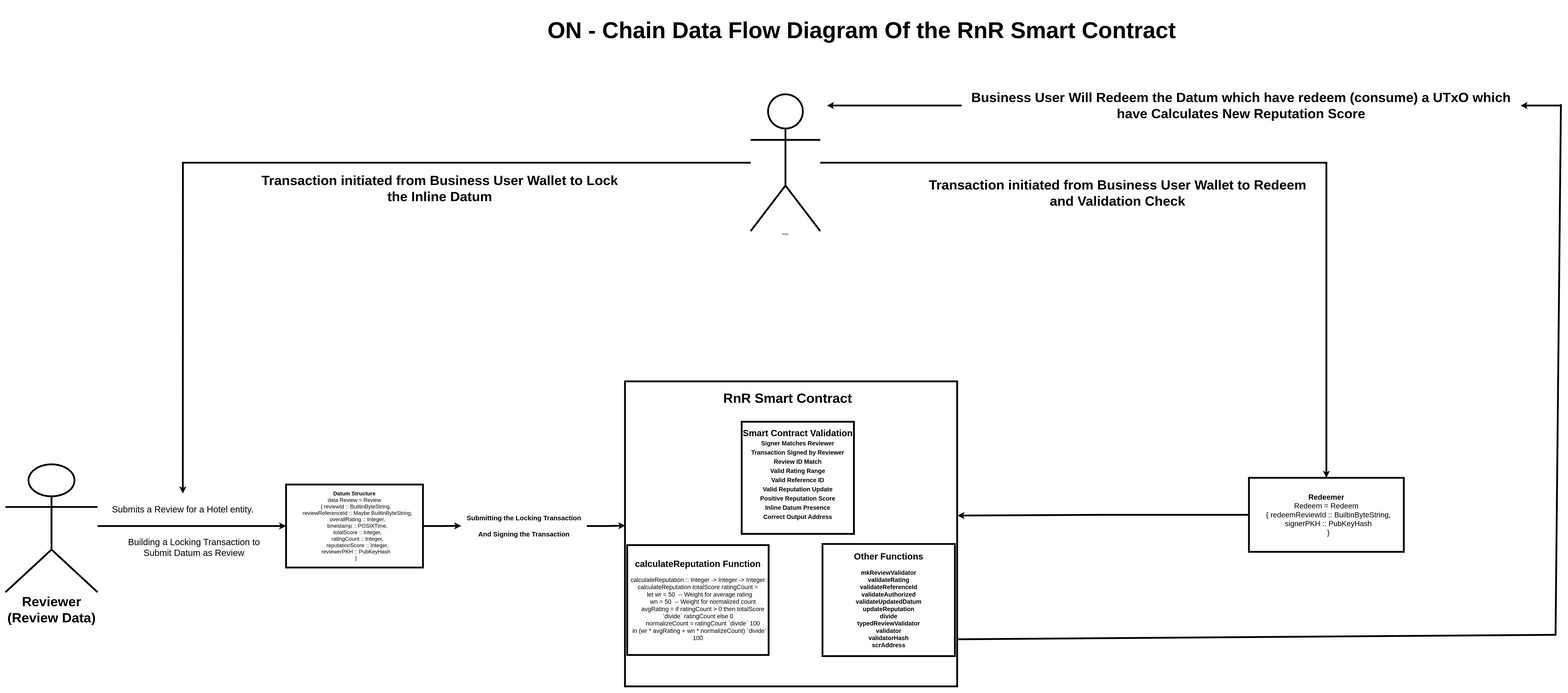
This is DesignDocs/Smart_contract_On-chain_DFD.png from AIQUANT-Tech/CardanoRnR, a draw.io export, as it was before one commit. Source tidied: cells renumbered, new cells last; positions are measured from the earlier drawing's top-left corner, leaving out a move shared by most shapes.
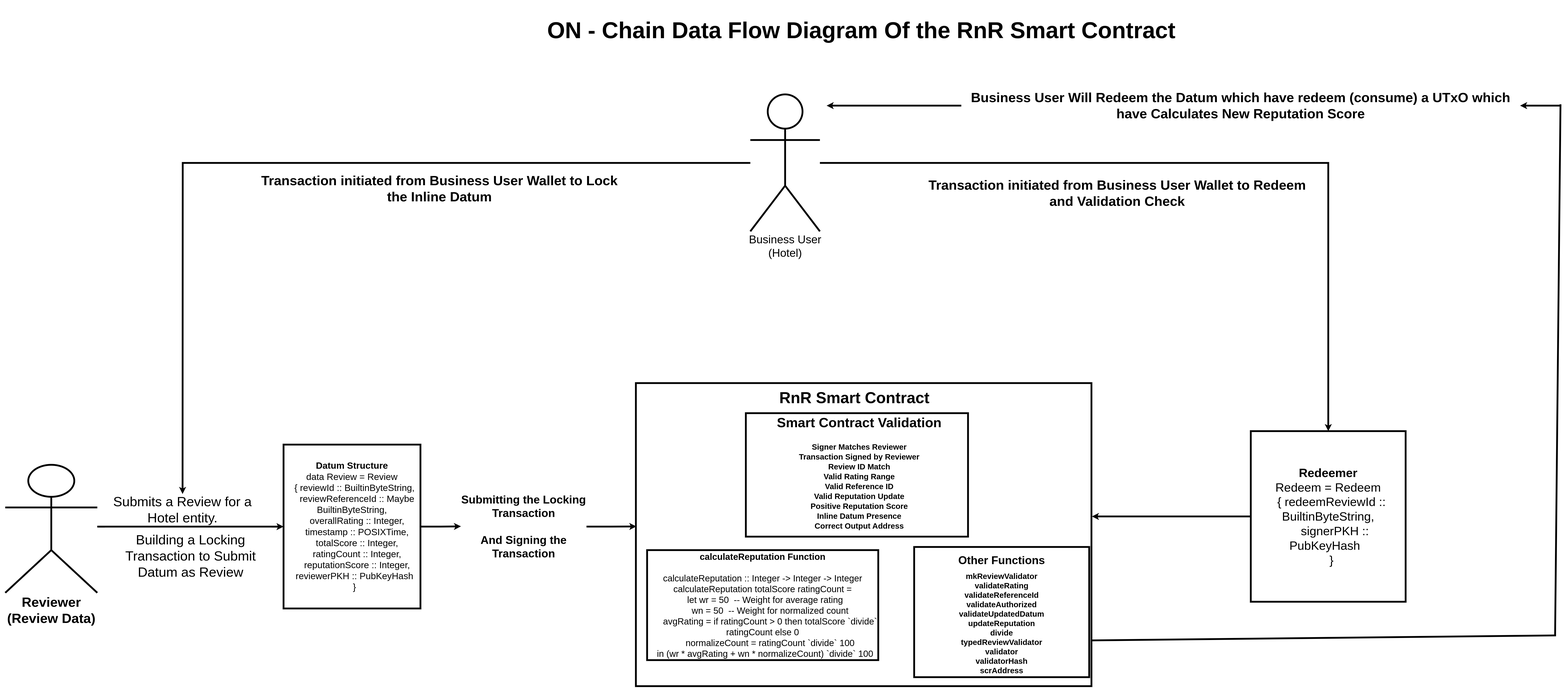
The same file after the commit.

Diff of the diagram source:
```diff
@@ -13,52 +13,52 @@
     <mxCell id="3" value="&lt;b&gt;&lt;font style=&quot;&quot;&gt;&lt;font style=&quot;font-size: 60px;&quot;&gt;Reviewer&lt;br&gt;(Review Data)&lt;br&gt;&lt;/font&gt;&lt;br&gt;&lt;/font&gt;&lt;/b&gt;" style="shape=umlActor;verticalLabelPosition=bottom;verticalAlign=top;html=1;outlineConnect=0;strokeWidth=8;" parent="1" vertex="1">
       <mxGeometry y="2050" width="410" height="570" as="geometry" />
     </mxCell>
-    <mxCell id="4" value="&lt;font style=&quot;font-size: 24px;&quot;&gt;&lt;b style=&quot;&quot;&gt;&lt;font style=&quot;&quot;&gt;Datum Structure&lt;/font&gt;&lt;/b&gt;&lt;br&gt;&lt;font style=&quot;&quot;&gt;data Review = Review&lt;br&gt;&amp;nbsp; { reviewId :: BuiltinByteString,&lt;br&gt;&amp;nbsp; &amp;nbsp; reviewReferenceId :: Maybe BuiltinByteString,&lt;br&gt;&amp;nbsp; &amp;nbsp; overallRating :: Integer,&lt;br&gt;&amp;nbsp; &amp;nbsp; timestamp :: POSIXTime,&lt;br&gt;&amp;nbsp; &amp;nbsp; totalScore :: Integer,&lt;br&gt;&amp;nbsp; &amp;nbsp; ratingCount :: Integer,&lt;br&gt;&amp;nbsp; &amp;nbsp; reputationScore :: Integer,&lt;br&gt;&amp;nbsp; &amp;nbsp; reviewerPKH :: PubKeyHash&amp;nbsp;&amp;nbsp;&lt;br&gt;&lt;/font&gt;&amp;nbsp; }&lt;/font&gt;" style="rounded=0;whiteSpace=wrap;html=1;strokeWidth=8;" parent="1" vertex="1">
-      <mxGeometry x="1250" y="2140" width="610" height="370" as="geometry" />
+    <mxCell id="4" value="&lt;font style=&quot;font-size: 41px;&quot;&gt;&lt;b style=&quot;&quot;&gt;&lt;font style=&quot;&quot;&gt;Datum Structure&lt;/font&gt;&lt;/b&gt;&lt;br&gt;&lt;font style=&quot;&quot;&gt;data Review = Review&lt;br&gt;&amp;nbsp; { reviewId :: BuiltinByteString,&lt;br&gt;&amp;nbsp; &amp;nbsp; reviewReferenceId :: Maybe BuiltinByteString,&lt;br&gt;&amp;nbsp; &amp;nbsp; overallRating :: Integer,&lt;br&gt;&amp;nbsp; &amp;nbsp; timestamp :: POSIXTime,&lt;br&gt;&amp;nbsp; &amp;nbsp; totalScore :: Integer,&lt;br&gt;&amp;nbsp; &amp;nbsp; ratingCount :: Integer,&lt;br&gt;&amp;nbsp; &amp;nbsp; reputationScore :: Integer,&lt;br&gt;&amp;nbsp; &amp;nbsp; reviewerPKH :: PubKeyHash&amp;nbsp;&amp;nbsp;&lt;br&gt;&lt;/font&gt;&amp;nbsp; }&lt;/font&gt;" style="rounded=0;whiteSpace=wrap;html=1;strokeWidth=8;" parent="1" vertex="1">
+      <mxGeometry x="1240" y="1960" width="610" height="730" as="geometry" />
     </mxCell>
-    <mxCell id="5" value="&lt;font&gt;Submits a Review for a Hotel entity.&lt;/font&gt;" style="text;html=1;align=center;verticalAlign=middle;whiteSpace=wrap;rounded=0;strokeWidth=8;fontSize=40;" parent="1" vertex="1">
+    <mxCell id="5" value="&lt;font style=&quot;font-size: 60px;&quot;&gt;Submits a Review for a Hotel entity.&lt;/font&gt;" style="text;html=1;align=center;verticalAlign=middle;whiteSpace=wrap;rounded=0;strokeWidth=8;fontSize=40;" parent="1" vertex="1">
       <mxGeometry x="465" y="2235" width="650" height="30" as="geometry" />
     </mxCell>
-    <mxCell id="6" value="&lt;font&gt;Building a Locking Transaction to Submit Datum as Review&lt;/font&gt;" style="text;html=1;align=center;verticalAlign=middle;whiteSpace=wrap;rounded=0;strokeWidth=8;fontSize=40;" parent="1" vertex="1">
-      <mxGeometry x="505" y="2405" width="670" height="30" as="geometry" />
+    <mxCell id="6" value="&lt;font style=&quot;font-size: 60px;&quot;&gt;Building a Locking Transaction to Submit Datum as Review&lt;/font&gt;" style="text;html=1;align=center;verticalAlign=middle;whiteSpace=wrap;rounded=0;strokeWidth=8;fontSize=40;" parent="1" vertex="1">
+      <mxGeometry x="491" y="2441" width="670" height="30" as="geometry" />
     </mxCell>
-    <mxCell id="7" value="&lt;font style=&quot;font-size: 33px;&quot;&gt;&lt;b style=&quot;&quot;&gt;&lt;font style=&quot;&quot;&gt;Redeemer&lt;/font&gt;&lt;/b&gt;&lt;br&gt;&lt;/font&gt;&lt;div&gt;&lt;font style=&quot;font-size: 33px;&quot;&gt;Redeem = Redeem&lt;/font&gt;&lt;/div&gt;&lt;div&gt;&lt;font style=&quot;font-size: 33px;&quot;&gt;&amp;nbsp; { redeemReviewId :: BuiltinByteString,&lt;/font&gt;&lt;/div&gt;&lt;div&gt;&lt;font style=&quot;font-size: 33px;&quot;&gt;&amp;nbsp; &amp;nbsp; signerPKH :: PubKeyHash&amp;nbsp;&amp;nbsp;&lt;/font&gt;&lt;/div&gt;&lt;div&gt;&lt;font style=&quot;font-size: 33px;&quot;&gt;&amp;nbsp; }&lt;/font&gt;&lt;/div&gt;" style="rounded=0;whiteSpace=wrap;html=1;strokeWidth=8;" parent="1" vertex="1">
-      <mxGeometry x="5540" y="2110" width="690" height="330" as="geometry" />
+    <mxCell id="7" value="&lt;font style=&quot;font-size: 54px;&quot;&gt;&lt;b style=&quot;&quot;&gt;&lt;font style=&quot;&quot;&gt;Redeemer&lt;/font&gt;&lt;/b&gt;&lt;br&gt;&lt;/font&gt;&lt;div&gt;&lt;font style=&quot;font-size: 54px;&quot;&gt;Redeem = Redeem&lt;/font&gt;&lt;/div&gt;&lt;div&gt;&lt;font style=&quot;font-size: 54px;&quot;&gt;&amp;nbsp; { redeemReviewId :: BuiltinByteString,&lt;/font&gt;&lt;/div&gt;&lt;div&gt;&lt;font style=&quot;font-size: 54px;&quot;&gt;&amp;nbsp; &amp;nbsp; signerPKH :: PubKeyHash&amp;nbsp;&amp;nbsp;&lt;/font&gt;&lt;/div&gt;&lt;div&gt;&lt;font style=&quot;font-size: 54px;&quot;&gt;&amp;nbsp; }&lt;/font&gt;&lt;/div&gt;" style="rounded=0;whiteSpace=wrap;html=1;strokeWidth=8;" parent="1" vertex="1">
+      <mxGeometry x="5550" y="1900" width="690" height="760" as="geometry" />
     </mxCell>
     <mxCell id="8" value="&lt;b&gt;&lt;font style=&quot;font-size: 60px;&quot;&gt;Transaction initiated from Business User Wallet to Lock the Inline Datum&lt;/font&gt;&lt;/b&gt;" style="text;html=1;align=center;verticalAlign=middle;whiteSpace=wrap;rounded=0;strokeWidth=8;" parent="1" vertex="1">
       <mxGeometry x="1090" y="730" width="1690" height="180" as="geometry" />
     </mxCell>
     <mxCell id="9" style="group;strokeWidth=8;" parent="1" vertex="1">
-      <mxGeometry x="2760" y="1850" width="1480" height="1200" as="geometry" />
+      <mxGeometry x="2810" y="1846" width="2030" height="1200" as="geometry" />
     </mxCell>
     <mxCell id="10" style="rounded=0;whiteSpace=wrap;html=1;strokeWidth=8;" parent="9" vertex="1">
-      <mxGeometry y="-170" width="1480" height="1360" as="geometry" />
+      <mxGeometry y="-160" width="2030" height="1350" as="geometry" />
     </mxCell>
-    <mxCell id="11" style="group;strokeWidth=8;" parent="9" vertex="1">
-      <mxGeometry x="520" y="10" width="500" height="500" as="geometry" />
-    </mxCell>
-    <mxCell id="12" style="whiteSpace=wrap;html=1;strokeWidth=8;" parent="11" vertex="1">
-      <mxGeometry width="500" height="500" as="geometry" />
-    </mxCell>
-    <mxCell id="13" value="&lt;div style=&quot;line-height: 300%;&quot;&gt;&lt;b&gt;&lt;font style=&quot;line-height: 300%;&quot;&gt;&lt;span style=&quot;font-size: 40px;&quot;&gt;Smart Contract Validation&lt;br&gt;&lt;/span&gt;&lt;/font&gt;&lt;/b&gt;&lt;font style=&quot;font-size: 27px;&quot;&gt;&lt;strong style=&quot;background-color: transparent; color: light-dark(rgb(0, 0, 0), rgb(255, 255, 255));&quot;&gt;Signer Matches Reviewer&lt;br&gt;&lt;/strong&gt;&lt;strong style=&quot;background-color: transparent; color: light-dark(rgb(0, 0, 0), rgb(255, 255, 255));&quot;&gt;Transaction Signed by Reviewer&lt;br&gt;&lt;/strong&gt;&lt;strong style=&quot;background-color: transparent; color: light-dark(rgb(0, 0, 0), rgb(255, 255, 255));&quot;&gt;Review ID Match&lt;br&gt;&lt;/strong&gt;&lt;strong style=&quot;background-color: transparent; color: light-dark(rgb(0, 0, 0), rgb(255, 255, 255));&quot;&gt;Valid Rating Range&lt;br&gt;&lt;/strong&gt;&lt;strong style=&quot;background-color: transparent; color: light-dark(rgb(0, 0, 0), rgb(255, 255, 255));&quot;&gt;Valid Reference ID&lt;br&gt;&lt;/strong&gt;&lt;strong style=&quot;background-color: transparent; color: light-dark(rgb(0, 0, 0), rgb(255, 255, 255));&quot;&gt;Valid Reputation Update&lt;br&gt;&lt;/strong&gt;&lt;strong style=&quot;background-color: transparent; color: light-dark(rgb(0, 0, 0), rgb(255, 255, 255));&quot;&gt;Positive Reputation Score&lt;br&gt;&lt;/strong&gt;&lt;strong style=&quot;background-color: transparent; color: light-dark(rgb(0, 0, 0), rgb(255, 255, 255));&quot;&gt;Inline Datum Presence&lt;br&gt;&lt;/strong&gt;&lt;strong style=&quot;background-color: transparent; color: light-dark(rgb(0, 0, 0), rgb(255, 255, 255));&quot;&gt;Correct Output Address&lt;/strong&gt;&lt;/font&gt;&lt;/div&gt;" style="text;html=1;align=center;verticalAlign=middle;whiteSpace=wrap;rounded=0;strokeWidth=8;" parent="11" vertex="1">
-      <mxGeometry y="10" width="500" height="460" as="geometry" />
-    </mxCell>
-    <mxCell id="14" value="&lt;font style=&quot;&quot;&gt;&lt;b style=&quot;&quot;&gt;&lt;font style=&quot;font-size: 40px;&quot;&gt;calculateReputation Function&lt;/font&gt;&lt;/b&gt;&lt;font style=&quot;font-size: 27px;&quot;&gt;&lt;br&gt;&lt;br&gt;&lt;/font&gt;&lt;/font&gt;&lt;div&gt;&lt;font style=&quot;font-size: 27px;&quot;&gt;calculateReputation :: Integer -&amp;gt; Integer -&amp;gt; Integer&lt;/font&gt;&lt;/div&gt;&lt;div&gt;&lt;font style=&quot;font-size: 27px;&quot;&gt;calculateReputation totalScore ratingCount =&lt;/font&gt;&lt;/div&gt;&lt;div&gt;&lt;font style=&quot;font-size: 27px;&quot;&gt;&amp;nbsp; let wr = 50&amp;nbsp; -- Weight for average rating&lt;/font&gt;&lt;/div&gt;&lt;div&gt;&lt;font style=&quot;font-size: 27px;&quot;&gt;&amp;nbsp; &amp;nbsp; &amp;nbsp; wn = 50&amp;nbsp; -- Weight for normalized count&lt;/font&gt;&lt;/div&gt;&lt;div&gt;&lt;font style=&quot;font-size: 27px;&quot;&gt;&amp;nbsp; &amp;nbsp; &amp;nbsp; avgRating = if ratingCount &amp;gt; 0 then totalScore `divide` ratingCount else 0&lt;/font&gt;&lt;/div&gt;&lt;div&gt;&lt;font style=&quot;font-size: 27px;&quot;&gt;&amp;nbsp; &amp;nbsp; &amp;nbsp; normalizeCount = ratingCount `divide` 100&lt;/font&gt;&lt;/div&gt;&lt;div&gt;&lt;font style=&quot;font-size: 27px;&quot;&gt;&amp;nbsp; in (wr * avgRating + wn * normalizeCount) `divide` 100&lt;/font&gt;&lt;/div&gt;" style="rounded=0;whiteSpace=wrap;html=1;strokeWidth=8;" parent="9" vertex="1">
-      <mxGeometry x="10" y="560" width="630" height="490" as="geometry" />
+    <mxCell id="14" value="&lt;font style=&quot;font-size: 40px;&quot;&gt;&lt;b style=&quot;&quot;&gt;&lt;font style=&quot;&quot;&gt;calculateReputation Function&lt;/font&gt;&lt;/b&gt;&lt;font style=&quot;&quot;&gt;&lt;br&gt;&lt;br&gt;&lt;/font&gt;&lt;/font&gt;&lt;div&gt;&lt;font style=&quot;font-size: 40px;&quot;&gt;calculateReputation :: Integer -&amp;gt; Integer -&amp;gt; Integer&lt;/font&gt;&lt;/div&gt;&lt;div&gt;&lt;font style=&quot;font-size: 40px;&quot;&gt;calculateReputation totalScore ratingCount =&lt;/font&gt;&lt;/div&gt;&lt;div&gt;&lt;font style=&quot;font-size: 40px;&quot;&gt;&amp;nbsp; let wr = 50&amp;nbsp; -- Weight for average rating&lt;/font&gt;&lt;/div&gt;&lt;div&gt;&lt;font style=&quot;font-size: 40px;&quot;&gt;&amp;nbsp; &amp;nbsp; &amp;nbsp; wn = 50&amp;nbsp; -- Weight for normalized count&lt;/font&gt;&lt;/div&gt;&lt;div&gt;&lt;font style=&quot;font-size: 40px;&quot;&gt;&amp;nbsp; &amp;nbsp; &amp;nbsp; avgRating = if ratingCount &amp;gt; 0 then totalScore `divide` ratingCount else 0&lt;/font&gt;&lt;/div&gt;&lt;div&gt;&lt;font style=&quot;font-size: 40px;&quot;&gt;&amp;nbsp; &amp;nbsp; &amp;nbsp; normalizeCount = ratingCount `divide` 100&lt;/font&gt;&lt;/div&gt;&lt;div&gt;&lt;font style=&quot;font-size: 40px;&quot;&gt;&amp;nbsp; in (wr * avgRating + wn * normalizeCount) `divide` 100&lt;/font&gt;&lt;/div&gt;" style="rounded=0;whiteSpace=wrap;html=1;strokeWidth=8;" parent="9" vertex="1">
+      <mxGeometry x="50" y="584" width="1030" height="490" as="geometry" />
     </mxCell>
-    <mxCell id="15" value="&lt;font style=&quot;font-size: 40px;&quot;&gt;&lt;b&gt;Other Functions&lt;/b&gt;&lt;/font&gt;&lt;div&gt;&lt;font style=&quot;&quot;&gt;&lt;div style=&quot;font-size: 27px;&quot;&gt;&lt;b&gt;&lt;div style=&quot;&quot;&gt;&lt;br&gt;mkReviewValidator&lt;/div&gt;&lt;div style=&quot;&quot;&gt;validateRating&lt;/div&gt;&lt;div style=&quot;&quot;&gt;&lt;span style=&quot;background-color: transparent; color: light-dark(rgb(0, 0, 0), rgb(255, 255, 255));&quot;&gt;validateReferenceId&lt;/span&gt;&lt;/div&gt;&lt;div style=&quot;&quot;&gt;validateAuthorized&lt;/div&gt;&lt;div style=&quot;&quot;&gt;validateUpdatedDatum&lt;/div&gt;&lt;div style=&quot;&quot;&gt;updateReputation&lt;/div&gt;&lt;div style=&quot;&quot;&gt;divide&lt;/div&gt;&lt;div style=&quot;&quot;&gt;typedReviewValidator&lt;/div&gt;&lt;div style=&quot;&quot;&gt;validator&lt;/div&gt;&lt;div style=&quot;&quot;&gt;validatorHash&lt;/div&gt;&lt;div style=&quot;&quot;&gt;scrAddress&lt;/div&gt;&lt;/b&gt;&lt;/div&gt;&lt;/font&gt;&lt;/div&gt;" style="rounded=0;whiteSpace=wrap;html=1;strokeWidth=8;" parent="9" vertex="1">
-      <mxGeometry x="880" y="555" width="590" height="500" as="geometry" />
+    <mxCell id="15" value="&lt;font style=&quot;font-size: 50px;&quot;&gt;&lt;b style=&quot;line-height: 200%;&quot;&gt;Other Functions&lt;/b&gt;&lt;/font&gt;&lt;div&gt;&lt;font style=&quot;font-size: 35px;&quot;&gt;&lt;div style=&quot;&quot;&gt;&lt;b style=&quot;&quot;&gt;&lt;div style=&quot;&quot;&gt;mkReviewValidator&lt;/div&gt;&lt;div style=&quot;&quot;&gt;validateRating&lt;/div&gt;&lt;div style=&quot;&quot;&gt;&lt;span style=&quot;background-color: transparent; color: light-dark(rgb(0, 0, 0), rgb(255, 255, 255));&quot;&gt;validateReferenceId&lt;/span&gt;&lt;/div&gt;&lt;div style=&quot;&quot;&gt;validateAuthorized&lt;/div&gt;&lt;div style=&quot;&quot;&gt;validateUpdatedDatum&lt;/div&gt;&lt;div style=&quot;&quot;&gt;updateReputation&lt;/div&gt;&lt;div style=&quot;&quot;&gt;divide&lt;/div&gt;&lt;div style=&quot;&quot;&gt;typedReviewValidator&lt;/div&gt;&lt;div style=&quot;&quot;&gt;validator&lt;/div&gt;&lt;div style=&quot;&quot;&gt;validatorHash&lt;/div&gt;&lt;div style=&quot;&quot;&gt;scrAddress&lt;/div&gt;&lt;/b&gt;&lt;/div&gt;&lt;/font&gt;&lt;/div&gt;" style="rounded=0;whiteSpace=wrap;html=1;strokeWidth=8;" parent="9" vertex="1">
+      <mxGeometry x="1240" y="570" width="780" height="580" as="geometry" />
     </mxCell>
-    <mxCell id="16" value="&lt;b&gt;&lt;font style=&quot;font-size: 60px;&quot;&gt;RnR Smart Contract&lt;/font&gt;&lt;/b&gt;" style="text;html=1;align=center;verticalAlign=middle;whiteSpace=wrap;rounded=0;strokeWidth=8;" parent="9" vertex="1">
-      <mxGeometry x="100" y="-110" width="1250" height="30" as="geometry" />
+    <mxCell id="16" value="&lt;b&gt;&lt;font style=&quot;font-size: 70px;&quot;&gt;RnR Smart Contract&lt;/font&gt;&lt;/b&gt;" style="text;html=1;align=center;verticalAlign=middle;whiteSpace=wrap;rounded=0;strokeWidth=8;" parent="9" vertex="1">
+      <mxGeometry x="349" y="-110" width="1250" height="30" as="geometry" />
     </mxCell>
+    <mxCell id="32" style="group;" parent="9" vertex="1">
+      <mxGeometry x="280" y="-26" width="1431.1" height="550" as="geometry" />
+    </mxCell>
+    <mxCell id="33" style="rounded=0;whiteSpace=wrap;html=1;fillColor=default;strokeWidth=8;" parent="32" vertex="1">
+      <mxGeometry x="210" width="990" height="550" as="geometry" />
+    </mxCell>
+    <mxCell id="13" value="&lt;div style=&quot;line-height: 300%;&quot;&gt;&lt;b&gt;&lt;font style=&quot;line-height: 300%; font-size: 60px;&quot;&gt;Smart Contract Validation&lt;br&gt;&lt;/font&gt;&lt;/b&gt;&lt;font style=&quot;font-size: 35px;&quot;&gt;&lt;strong style=&quot;background-color: transparent; color: light-dark(rgb(0, 0, 0), rgb(255, 255, 255));&quot;&gt;Signer Matches Reviewer&lt;br&gt;&lt;/strong&gt;&lt;strong style=&quot;background-color: transparent; color: light-dark(rgb(0, 0, 0), rgb(255, 255, 255));&quot;&gt;Transaction Signed by Reviewer&lt;br&gt;&lt;/strong&gt;&lt;strong style=&quot;background-color: transparent; color: light-dark(rgb(0, 0, 0), rgb(255, 255, 255));&quot;&gt;Review ID Match&lt;br&gt;&lt;/strong&gt;&lt;strong style=&quot;background-color: transparent; color: light-dark(rgb(0, 0, 0), rgb(255, 255, 255));&quot;&gt;Valid Rating Range&lt;br&gt;&lt;/strong&gt;&lt;strong style=&quot;background-color: transparent; color: light-dark(rgb(0, 0, 0), rgb(255, 255, 255));&quot;&gt;Valid Reference ID&lt;br&gt;&lt;/strong&gt;&lt;strong style=&quot;background-color: transparent; color: light-dark(rgb(0, 0, 0), rgb(255, 255, 255));&quot;&gt;Valid Reputation Update&lt;br&gt;&lt;/strong&gt;&lt;strong style=&quot;background-color: transparent; color: light-dark(rgb(0, 0, 0), rgb(255, 255, 255));&quot;&gt;Positive Reputation Score&lt;br&gt;&lt;/strong&gt;&lt;strong style=&quot;background-color: transparent; color: light-dark(rgb(0, 0, 0), rgb(255, 255, 255));&quot;&gt;Inline Datum Presence&lt;br&gt;&lt;/strong&gt;&lt;strong style=&quot;background-color: transparent; color: light-dark(rgb(0, 0, 0), rgb(255, 255, 255));&quot;&gt;Correct Output Address&lt;/strong&gt;&lt;/font&gt;&lt;/div&gt;" style="text;html=1;align=center;verticalAlign=middle;whiteSpace=wrap;rounded=0;strokeWidth=8;" parent="32" vertex="1">
+      <mxGeometry y="20" width="1431.1" height="440" as="geometry" />
+    </mxCell>
     <mxCell id="17" style="edgeStyle=orthogonalEdgeStyle;rounded=0;jettySize=auto;html=1;entryX=0.001;entryY=0.473;entryDx=0;entryDy=0;entryPerimeter=0;strokeWidth=8;" parent="1" edge="1" source="19" target="10">
       <mxGeometry relative="1" as="geometry" />
     </mxCell>
     <mxCell id="18" style="edgeStyle=orthogonalEdgeStyle;rounded=0;jettySize=auto;html=1;entryX=0.001;entryY=0.473;entryDx=0;entryDy=0;entryPerimeter=0;strokeWidth=8;" parent="1" edge="1" source="4" target="19">
       <mxGeometry relative="1" as="geometry" />
     </mxCell>
-    <mxCell id="19" value="&lt;font style=&quot;font-size: 30px;&quot;&gt;&lt;b style=&quot;&quot;&gt;&lt;font style=&quot;&quot;&gt;Submitting the Locking Transaction&lt;br&gt;&lt;br&gt;&lt;/font&gt;And Signing the Transaction&lt;/b&gt;&lt;/font&gt;" style="text;html=1;align=center;verticalAlign=middle;whiteSpace=wrap;rounded=0;strokeWidth=8;" parent="1" vertex="1">
+    <mxCell id="19" value="&lt;font style=&quot;font-size: 50px;&quot;&gt;&lt;b style=&quot;&quot;&gt;&lt;font style=&quot;&quot;&gt;Submitting the Locking Transaction&lt;br&gt;&lt;br&gt;&lt;/font&gt;And Signing the Transaction&lt;/b&gt;&lt;/font&gt;" style="text;html=1;align=center;verticalAlign=middle;whiteSpace=wrap;rounded=0;strokeWidth=8;" parent="1" vertex="1">
       <mxGeometry x="2030" y="2310" width="560" height="30" as="geometry" />
     </mxCell>
     <mxCell id="20" style="edgeStyle=orthogonalEdgeStyle;rounded=0;jettySize=auto;html=1;strokeWidth=8;" parent="1" edge="1" source="22" target="7">
@@ -69,7 +69,7 @@
         <mxPoint x="790" y="2180" as="targetPoint" />
       </mxGeometry>
     </mxCell>
-    <mxCell id="22" value="Actor" style="shape=umlActor;verticalLabelPosition=bottom;verticalAlign=top;html=1;outlineConnect=0;strokeWidth=8;" parent="1" vertex="1">
+    <mxCell id="22" value="&lt;font style=&quot;font-size: 50px;&quot;&gt;Business User&lt;br&gt;(Hotel)&lt;/font&gt;" style="shape=umlActor;verticalLabelPosition=bottom;verticalAlign=top;html=1;outlineConnect=0;strokeWidth=8;" parent="1" vertex="1">
       <mxGeometry x="3320" y="400" width="310" height="610" as="geometry" />
     </mxCell>
     <mxCell id="23" style="edgeStyle=orthogonalEdgeStyle;rounded=0;jettySize=auto;html=1;entryX=1.001;entryY=0.44;entryDx=0;entryDy=0;entryPerimeter=0;strokeWidth=8;" parent="1" edge="1" source="7" target="10">
@@ -81,9 +81,8 @@
     <mxCell id="25" style="edgeStyle=orthogonalEdgeStyle;rounded=0;orthogonalLoop=1;jettySize=auto;html=1;exitX=0.5;exitY=1;exitDx=0;exitDy=0;" parent="1" edge="1" source="24" target="24">
       <mxGeometry relative="1" as="geometry" />
     </mxCell>
-    <mxCell id="26" style="endArrow=none;html=1;rounded=0;strokeWidth=8;" parent="1" edge="1">
+    <mxCell id="26" style="endArrow=none;html=1;rounded=0;strokeWidth=8;exitX=1.001;exitY=0.849;exitDx=0;exitDy=0;exitPerimeter=0;" parent="1" edge="1" source="10">
       <mxGeometry relative="1" as="geometry">
-        <mxPoint x="4240" y="2830" as="sourcePoint" />
         <mxPoint x="6910" y="2810" as="targetPoint" />
       </mxGeometry>
     </mxCell>
```
